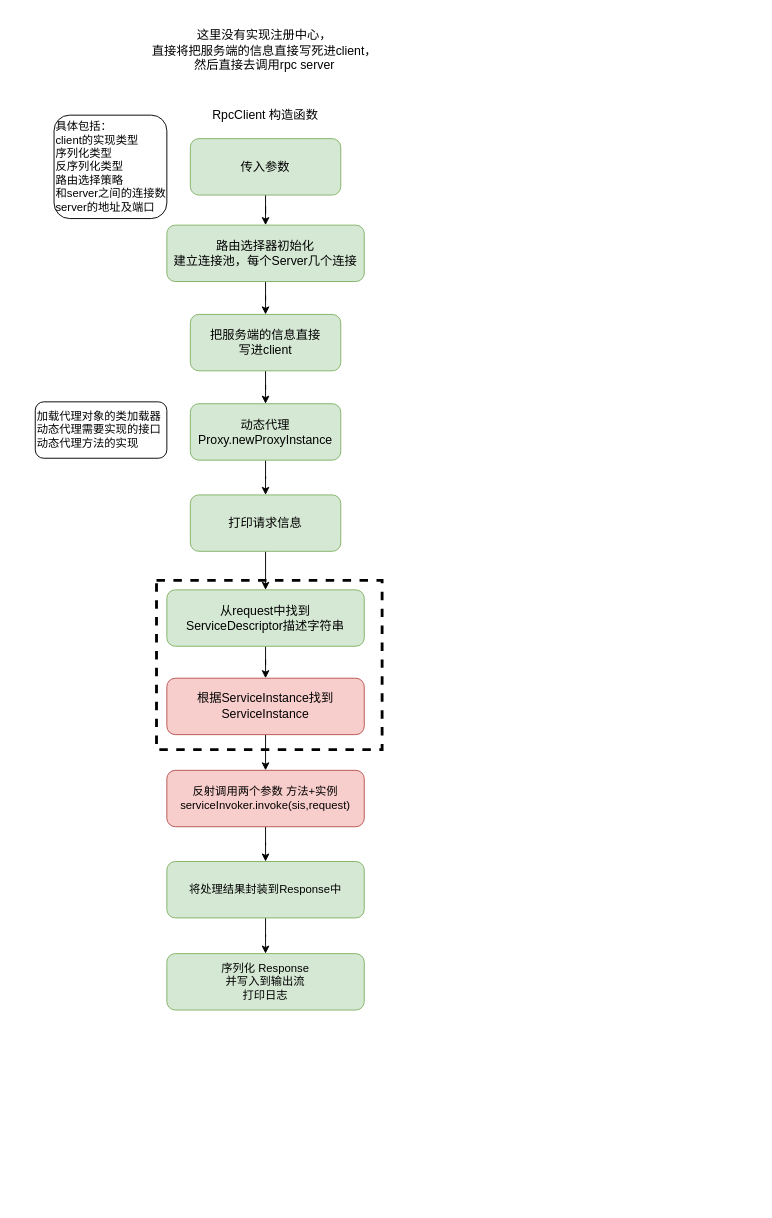
The draw.io diagram page "Client" (3 of 3) of RPC.drawio in HonyoLAN/telmy, before the edit. Source tidied: cells renumbered, new cells numbered last; positions are measured from the earlier drawing's top-left corner, leaving out a move shared by most shapes. Both pictures are drawn from the tidied source at 94%, with x=0, y=0 at pixel (35, 22).
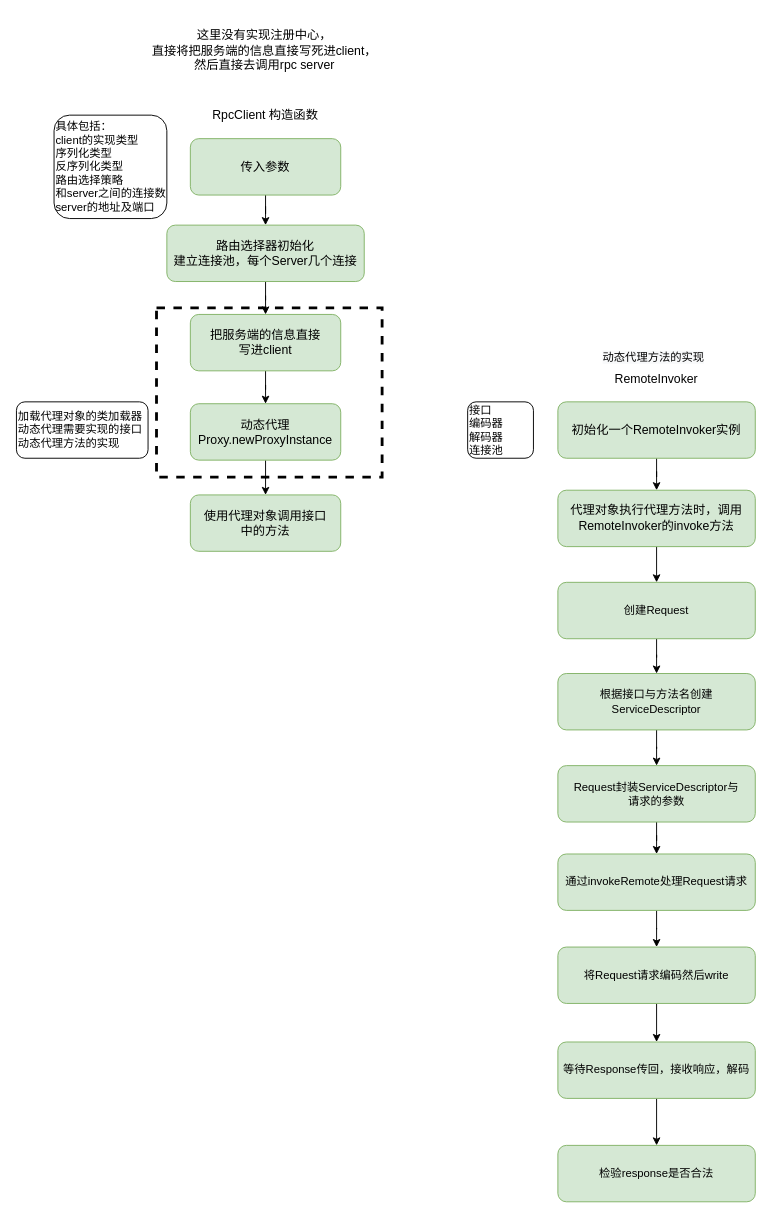
After the change.

Change to the diagram source:
```diff
@@
     <mxCell id="2" style="rounded=0;whiteSpace=wrap;html=1;labelBackgroundColor=none;fontColor=#000000;fillColor=none;dashed=1;strokeWidth=3;" parent="1" vertex="1">
-      <mxGeometry x="129" y="594" width="240" height="180" as="geometry" />
+      <mxGeometry x="129" y="304" width="240" height="180" as="geometry" />
     </mxCell>
@@
-    <mxCell id="12" style="edgeStyle=orthogonalEdgeStyle;rounded=0;jettySize=auto;html=1;fontColor=#000000;" parent="1" edge="1" source="13" target="15">
-      <mxGeometry relative="1" as="geometry" />
-    </mxCell>
-    <mxCell id="13" value="&lt;pre style=&quot;font-family: &amp;#34;jetbrains mono&amp;#34; ; font-size: 9.8pt&quot;&gt;打印请求信息&lt;/pre&gt;" style="rounded=1;whiteSpace=wrap;html=1;fillColor=#d5e8d4;strokeColor=#82b366;" parent="1" vertex="1">
+    <mxCell id="13" value="&lt;pre style=&quot;font-family: &amp;#34;jetbrains mono&amp;#34; ; font-size: 9.8pt&quot;&gt;使用代理对象调用接口&lt;br/&gt;中的方法&lt;/pre&gt;" style="rounded=1;whiteSpace=wrap;html=1;fillColor=#d5e8d4;strokeColor=#82b366;" parent="1" vertex="1">
       <mxGeometry x="165" y="503" width="160" height="60" as="geometry" />
     </mxCell>
@@
-    <mxCell id="15" value="&lt;pre style=&quot;font-family: &amp;#34;jetbrains mono&amp;#34; ; font-size: 9.8pt&quot;&gt;从request中找到&lt;br/&gt;ServiceDescriptor描述字符串&lt;br/&gt;&lt;/pre&gt;" style="rounded=1;whiteSpace=wrap;html=1;fillColor=#d5e8d4;strokeColor=#82b366;" parent="1" vertex="1">
-      <mxGeometry x="140" y="604" width="210" height="60" as="geometry" />
+    <mxCell id="15" value="&lt;pre style=&quot;font-family: &amp;#34;jetbrains mono&amp;#34; ; font-size: 9.8pt&quot;&gt;初始化一个RemoteInvoker实例&lt;/pre&gt;" style="rounded=1;whiteSpace=wrap;html=1;fillColor=#d5e8d4;strokeColor=#82b366;" parent="1" vertex="1">
+      <mxGeometry x="556" y="404" width="210" height="60" as="geometry" />
     </mxCell>
@@
-    <mxCell id="17" value="&lt;pre&gt;&lt;font face=&quot;jetbrains mono&quot;&gt;&lt;span style=&quot;font-size: 13.0667px&quot;&gt;根据ServiceInstance找到&lt;br/&gt;&lt;/span&gt;&lt;span style=&quot;font-size: 13.0667px&quot;&gt;ServiceInstance&lt;/span&gt;&lt;span style=&quot;font-size: 9.8pt&quot;&gt;&lt;br&gt;&lt;/span&gt;&lt;/font&gt;&lt;/pre&gt;" style="rounded=1;whiteSpace=wrap;html=1;fillColor=#f8cecc;strokeColor=#b85450;" parent="1" vertex="1">
-      <mxGeometry x="140" y="698" width="210" height="60" as="geometry" />
+    <mxCell id="17" value="&lt;pre&gt;&lt;font face=&quot;jetbrains mono&quot;&gt;&lt;span style=&quot;font-size: 9.8pt&quot;&gt;代理对象执行代理方法时，调用&lt;br/&gt;&lt;/span&gt;&lt;span style=&quot;font-size: 13.0667px&quot;&gt;RemoteInvoker的invoke方法&lt;/span&gt;&lt;span style=&quot;font-size: 9.8pt&quot;&gt;&lt;br/&gt;&lt;/span&gt;&lt;/font&gt;&lt;/pre&gt;" style="rounded=1;whiteSpace=wrap;html=1;fillColor=#d5e8d4;strokeColor=#82b366;" parent="1" vertex="1">
+      <mxGeometry x="556" y="498" width="210" height="60" as="geometry" />
     </mxCell>
@@
-    <mxCell id="19" value="反射调用两个参数 方法+实例&lt;br&gt;serviceInvoker.invoke(sis,request)" style="rounded=1;whiteSpace=wrap;html=1;labelBackgroundColor=none;strokeWidth=1;fillColor=#f8cecc;strokeColor=#b85450;" parent="1" vertex="1">
-      <mxGeometry x="140" y="796" width="210" height="60" as="geometry" />
+    <mxCell id="19" value="创建Request" style="rounded=1;whiteSpace=wrap;html=1;labelBackgroundColor=none;strokeWidth=1;fillColor=#d5e8d4;strokeColor=#82b366;" parent="1" vertex="1">
+      <mxGeometry x="556" y="596" width="210" height="60" as="geometry" />
     </mxCell>
@@
-    <mxCell id="21" value="将处理结果封装到Response中" style="rounded=1;whiteSpace=wrap;html=1;labelBackgroundColor=none;strokeWidth=1;fillColor=#d5e8d4;strokeColor=#82b366;" parent="1" vertex="1">
-      <mxGeometry x="140" y="893" width="210" height="60" as="geometry" />
+    <mxCell id="21" value="根据接口与方法名创建ServiceDescriptor" style="rounded=1;whiteSpace=wrap;html=1;labelBackgroundColor=none;strokeWidth=1;fillColor=#d5e8d4;strokeColor=#82b366;" parent="1" vertex="1">
+      <mxGeometry x="556" y="693" width="210" height="60" as="geometry" />
     </mxCell>
+    <mxCell id="26" style="edgeStyle=orthogonalEdgeStyle;rounded=0;jettySize=auto;html=1;" parent="1" edge="1" source="22" target="31">
+      <mxGeometry relative="1" as="geometry" />
+    </mxCell>
-    <mxCell id="22" value="序列化 Response&lt;br&gt;并写入到输出流&lt;br&gt;打印日志" style="rounded=1;whiteSpace=wrap;html=1;labelBackgroundColor=none;strokeWidth=1;fillColor=#d5e8d4;strokeColor=#82b366;" parent="1" vertex="1">
-      <mxGeometry x="140" y="991" width="210" height="60" as="geometry" />
+    <mxCell id="22" value="Request封装ServiceDescriptor与&lt;br&gt;请求的参数" style="rounded=1;whiteSpace=wrap;html=1;labelBackgroundColor=none;strokeWidth=1;fillColor=#d5e8d4;strokeColor=#82b366;" parent="1" vertex="1">
+      <mxGeometry x="556" y="791" width="210" height="60" as="geometry" />
     </mxCell>
@@
     <mxCell id="25" value="加载代理对象的类加载器&lt;br&gt;动态代理需要实现的接口&lt;br&gt;动态代理方法的实现" style="rounded=1;whiteSpace=wrap;html=1;labelBackgroundColor=none;fontColor=#000000;align=left;" parent="1" vertex="1">
-      <mxGeometry y="404" width="140" height="60" as="geometry" />
+      <mxGeometry x="-20" y="404" width="140" height="60" as="geometry" />
     </mxCell>
+    <mxCell id="27" value="&lt;pre style=&quot;font-family: &amp;#34;jetbrains mono&amp;#34; ; font-size: 9.8pt&quot;&gt;&lt;pre style=&quot;background-color: rgb(255 , 255 , 255) ; font-family: &amp;#34;jetbrains mono&amp;#34; ; font-size: 9.8pt&quot;&gt;RemoteInvoker&lt;/pre&gt;&lt;/pre&gt;" style="text;html=1;strokeColor=none;fillColor=none;align=center;verticalAlign=middle;whiteSpace=wrap;rounded=0;labelBackgroundColor=none;fontColor=#000000;" parent="1" vertex="1">
+      <mxGeometry x="581" y="364" width="160" height="30" as="geometry" />
+    </mxCell>
+    <mxCell id="28" value="&lt;span style=&quot;color: rgb(0, 0, 0); font-family: helvetica; font-size: 12px; font-style: normal; font-weight: 400; letter-spacing: normal; text-align: left; text-indent: 0px; text-transform: none; word-spacing: 0px; background-color: rgb(248, 249, 250); display: inline; float: none;&quot;&gt;动态代理方法的实现&lt;/span&gt;" style="text;whiteSpace=wrap;html=1;" parent="1" vertex="1">
+      <mxGeometry x="602" y="343" width="130" height="30" as="geometry" />
+    </mxCell>
+    <mxCell id="29" value="接口&lt;br&gt;编码器&lt;br&gt;解码器&lt;br&gt;连接池" style="rounded=1;whiteSpace=wrap;html=1;labelBackgroundColor=none;fontColor=#000000;align=left;" parent="1" vertex="1">
+      <mxGeometry x="460" y="404" width="70" height="60" as="geometry" />
+    </mxCell>
+    <mxCell id="30" style="edgeStyle=orthogonalEdgeStyle;rounded=0;jettySize=auto;html=1;" parent="1" edge="1" source="31" target="33">
+      <mxGeometry relative="1" as="geometry" />
+    </mxCell>
+    <mxCell id="31" value="通过invokeRemote处理Request请求" style="rounded=1;whiteSpace=wrap;html=1;labelBackgroundColor=none;strokeWidth=1;fillColor=#d5e8d4;strokeColor=#82b366;" parent="1" vertex="1">
+      <mxGeometry x="556" y="885" width="210" height="60" as="geometry" />
+    </mxCell>
+    <mxCell id="32" style="edgeStyle=orthogonalEdgeStyle;rounded=0;jettySize=auto;html=1;" parent="1" edge="1" source="33" target="35">
+      <mxGeometry relative="1" as="geometry" />
+    </mxCell>
+    <mxCell id="33" value="将Request请求编码然后write" style="rounded=1;whiteSpace=wrap;html=1;labelBackgroundColor=none;strokeWidth=1;fillColor=#d5e8d4;strokeColor=#82b366;" parent="1" vertex="1">
+      <mxGeometry x="556" y="984" width="210" height="60" as="geometry" />
+    </mxCell>
+    <mxCell id="34" style="edgeStyle=orthogonalEdgeStyle;rounded=0;jettySize=auto;html=1;" parent="1" edge="1" source="35" target="36">
+      <mxGeometry relative="1" as="geometry" />
+    </mxCell>
+    <mxCell id="35" value="等待Response传回，接收响应，解码" style="rounded=1;whiteSpace=wrap;html=1;labelBackgroundColor=none;strokeWidth=1;fillColor=#d5e8d4;strokeColor=#82b366;" parent="1" vertex="1">
+      <mxGeometry x="556" y="1085" width="210" height="60" as="geometry" />
+    </mxCell>
+    <mxCell id="36" value="检验response是否合法" style="rounded=1;whiteSpace=wrap;html=1;labelBackgroundColor=none;strokeWidth=1;fillColor=#d5e8d4;strokeColor=#82b366;" parent="1" vertex="1">
+      <mxGeometry x="556" y="1195" width="210" height="60" as="geometry" />
+    </mxCell>
```
